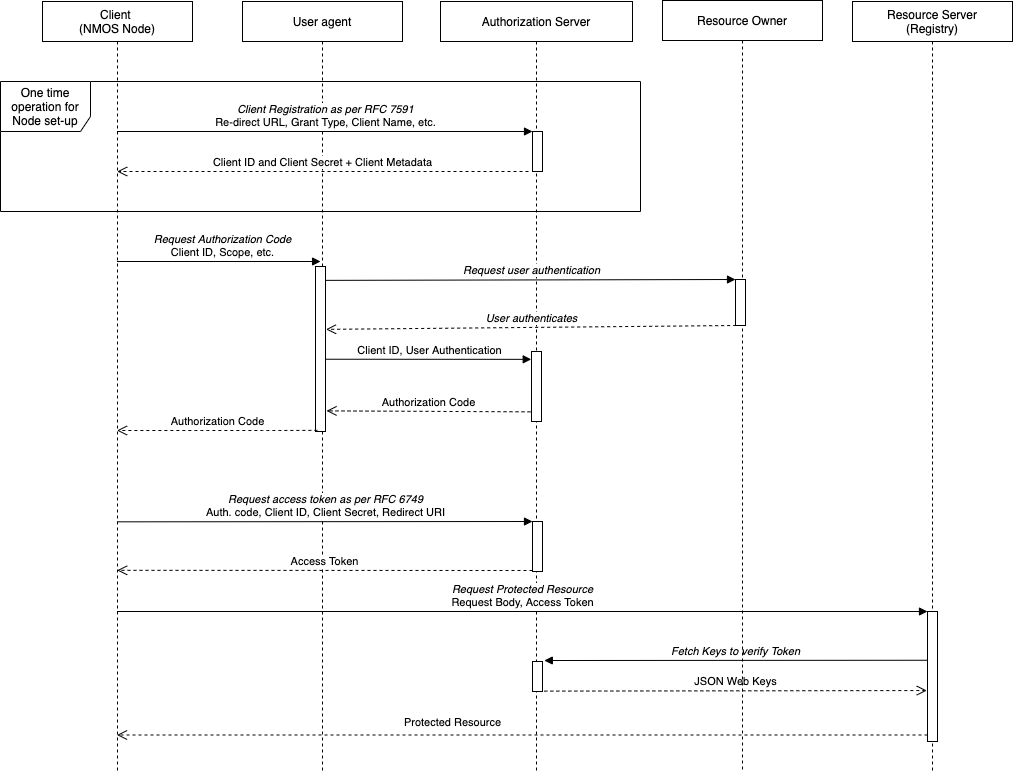
Earlier version of the draw.io export docs/images/authorization_flow.png (AMWA-TV/is-10). Source tidied: cells renumbered, new cells last; positions are measured from the earlier drawing's top-left corner, leaving out a move shared by most shapes.
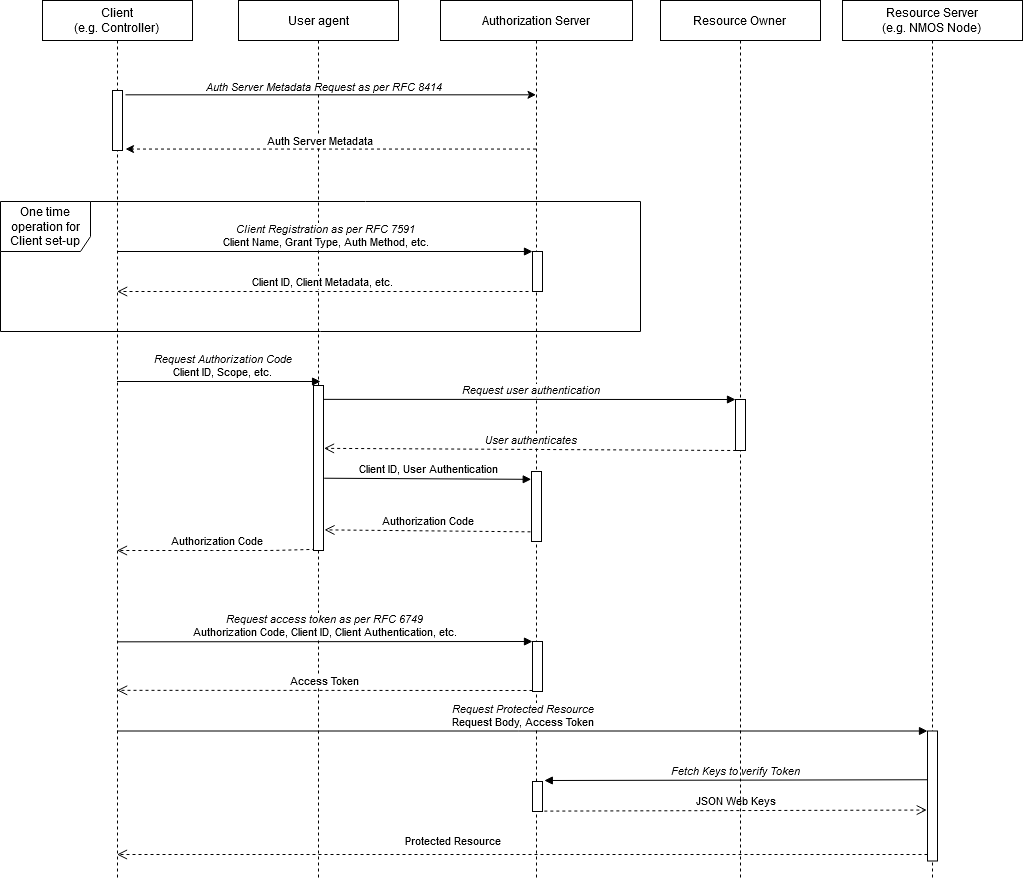
After the change.

Commit message:
add client credentials grant diagram (#101)

* add client credentials grant diagram alongside auth code grant and alter client references
* update both grant flow digrams to be more generic

The edit, as a diff of the source:
```diff
@@ -2,101 +2,123 @@
   <root>
     <mxCell id="0" />
     <mxCell id="1" parent="0" />
-    <mxCell id="2" value="Client &lt;br&gt;(NMOS Node)" style="shape=umlLifeline;perimeter=lifelinePerimeter;whiteSpace=wrap;html=1;outlineConnect=0;" parent="1" vertex="1">
-      <mxGeometry x="42" y="1" width="150" height="770" as="geometry" />
-    </mxCell>
+    <mxCell id="29" value="One time operation for Client set-up" style="shape=umlFrame;whiteSpace=wrap;html=1;width=90;height=50;" parent="1" vertex="1">
+      <mxGeometry x="80" y="881" width="640" height="130" as="geometry" />
+    </mxCell>
+    <mxCell id="30" value="&lt;div&gt;Client&lt;/div&gt;&lt;div&gt;(e.g. Controller)&lt;br&gt; &lt;/div&gt;" style="shape=umlLifeline;perimeter=lifelinePerimeter;whiteSpace=wrap;html=1;outlineConnect=0;" parent="1" vertex="1">
+      <mxGeometry x="122" y="680" width="150" height="880" as="geometry" />
+    </mxCell>
+    <mxCell id="31" style="html=1;points=[];perimeter=orthogonalPerimeter;" parent="30" vertex="1">
+      <mxGeometry x="70" y="90" width="10" height="60" as="geometry" />
+    </mxCell>
     <mxCell id="3" value="User agent" style="shape=umlLifeline;perimeter=lifelinePerimeter;whiteSpace=wrap;html=1;" parent="1" vertex="1">
-      <mxGeometry x="242" y="1" width="160" height="770" as="geometry" />
+      <mxGeometry x="318" y="680" width="160" height="880" as="geometry" />
     </mxCell>
-    <mxCell id="4" style="html=1;points=[];perimeter=orthogonalPerimeter;" parent="3" vertex="1">
-      <mxGeometry x="73" y="265" width="10" height="165" as="geometry" />
-    </mxCell>
     <mxCell id="5" value="Authorization Server" style="shape=umlLifeline;perimeter=lifelinePerimeter;whiteSpace=wrap;html=1;outlineConnect=0;" parent="1" vertex="1">
-      <mxGeometry x="440" y="1" width="192" height="770" as="geometry" />
+      <mxGeometry x="520" y="680" width="192" height="880" as="geometry" />
     </mxCell>
-    <mxCell id="6" value="One time operation for Node set-up" style="shape=umlFrame;whiteSpace=wrap;html=1;width=90;height=50;" parent="5" vertex="1">
-      <mxGeometry x="-440" y="80" width="640" height="130" as="geometry" />
-    </mxCell>
-    <mxCell id="7" style="html=1;points=[];perimeter=orthogonalPerimeter;" parent="5" vertex="1">
-      <mxGeometry x="92" y="130" width="10" height="40" as="geometry" />
-    </mxCell>
-    <mxCell id="8" style="html=1;points=[];perimeter=orthogonalPerimeter;" parent="5" vertex="1">
-      <mxGeometry x="91" y="350" width="10" height="70" as="geometry" />
-    </mxCell>
-    <mxCell id="9" style="html=1;points=[];perimeter=orthogonalPerimeter;" parent="5" vertex="1">
-      <mxGeometry x="92" y="520" width="10" height="50" as="geometry" />
-    </mxCell>
-    <mxCell id="10" value="&lt;i&gt;Request access token as per RFC 6749&lt;/i&gt;&lt;br&gt;Auth. code, Client ID, Client Secret, Redirect URI" style="html=1;verticalAlign=bottom;endArrow=block;entryX=0;entryY=0;" parent="5" edge="1" target="9">
-      <mxGeometry relative="1" as="geometry">
-        <mxPoint x="-323.3" y="520.3" as="sourcePoint" />
-      </mxGeometry>
-    </mxCell>
-    <mxCell id="11" value="Access Token" style="html=1;verticalAlign=bottom;endArrow=open;dashed=1;endSize=8;exitX=0;exitY=0.95;" parent="5" edge="1">
-      <mxGeometry relative="1" as="geometry">
-        <mxPoint x="92" y="569" as="sourcePoint" />
-        <mxPoint x="-323.3" y="568.8" as="targetPoint" />
-      </mxGeometry>
-    </mxCell>
-    <mxCell id="12" style="html=1;points=[];perimeter=orthogonalPerimeter;" parent="5" vertex="1">
-      <mxGeometry x="92" y="660" width="10" height="30" as="geometry" />
-    </mxCell>
-    <mxCell id="13" value="Resource Server&lt;br&gt;(Registry)&lt;br&gt;" style="shape=umlLifeline;perimeter=lifelinePerimeter;whiteSpace=wrap;html=1;" parent="1" vertex="1">
-      <mxGeometry x="852" y="1" width="160" height="770" as="geometry" />
-    </mxCell>
-    <mxCell id="14" style="html=1;points=[];perimeter=orthogonalPerimeter;" parent="13" vertex="1">
-      <mxGeometry x="75" y="610" width="10" height="130" as="geometry" />
-    </mxCell>
-    <mxCell id="15" value="&lt;i&gt;Client Registration as per RFC 7591&lt;br&gt;&lt;/i&gt;Re-direct URL, Grant Type, Client Name, etc. " style="html=1;verticalAlign=bottom;endArrow=block;entryX=0;entryY=0;" parent="1" edge="1" source="2" target="7">
-      <mxGeometry relative="1" as="geometry" />
-    </mxCell>
-    <mxCell id="16" value="Client ID and Client Secret + Client Metadata" style="html=1;verticalAlign=bottom;endArrow=open;dashed=1;endSize=8;" parent="1" edge="1">
-      <mxGeometry relative="1" as="geometry">
-        <mxPoint x="528" y="171" as="sourcePoint" />
-        <mxPoint x="116.7" y="171" as="targetPoint" />
-      </mxGeometry>
-    </mxCell>
+    <mxCell id="32" value="&lt;div&gt;Resource Server&lt;/div&gt;&lt;div&gt;(e.g. NMOS Node)&lt;br&gt;&lt;/div&gt;" style="shape=umlLifeline;perimeter=lifelinePerimeter;whiteSpace=wrap;html=1;" parent="1" vertex="1">
+      <mxGeometry x="922" y="680" width="180" height="880" as="geometry" />
+    </mxCell>
+    <mxCell id="33" value="&lt;i&gt;Client Registration as per RFC 7591&lt;br&gt;&lt;/i&gt;Client Name, Grant Type, Auth Method, etc. " style="html=1;verticalAlign=bottom;endArrow=block;entryX=0;entryY=0;" parent="1" edge="1" source="30" target="36">
+      <mxGeometry relative="1" as="geometry" />
+    </mxCell>
+    <mxCell id="34" value="Client ID, Client Metadata, etc." style="html=1;verticalAlign=bottom;endArrow=open;dashed=1;endSize=8;" parent="1" edge="1">
+      <mxGeometry relative="1" as="geometry">
+        <mxPoint x="608" y="971" as="sourcePoint" />
+        <mxPoint x="196.7" y="971" as="targetPoint" />
+      </mxGeometry>
+    </mxCell>
-    <mxCell id="17" value="Authorization Code" style="html=1;verticalAlign=bottom;endArrow=open;dashed=1;endSize=8;exitX=0.186;exitY=0.993;exitDx=0;exitDy=0;exitPerimeter=0;" parent="1" edge="1" source="4" target="2">
+    <mxCell id="17" value="Authorization Code" style="html=1;verticalAlign=bottom;endArrow=open;dashed=1;endSize=8;exitX=0.186;exitY=0.993;exitDx=0;exitDy=0;exitPerimeter=0;" parent="1" edge="1" source="35" target="30">
       <mxGeometry relative="1" as="geometry">
         <Array as="points">
-          <mxPoint x="272" y="430" />
-          <mxPoint x="202" y="430" />
+          <mxPoint x="352" y="1230" />
+          <mxPoint x="282" y="1230" />
         </Array>
       </mxGeometry>
     </mxCell>
-    <mxCell id="18" value="Protected Resource" style="html=1;verticalAlign=bottom;endArrow=open;dashed=1;endSize=8;exitX=0;exitY=0.95;" parent="1" edge="1" source="14" target="2">
+    <mxCell id="18" value="Protected Resource" style="html=1;verticalAlign=bottom;endArrow=open;dashed=1;endSize=8;exitX=0;exitY=0.95;" parent="1" edge="1" source="42" target="30">
       <mxGeometry x="0.17" y="-4" relative="1" as="geometry" />
     </mxCell>
-    <mxCell id="19" value="&lt;i&gt;Request Protected Resource&lt;/i&gt;&lt;br&gt;Request Body, Access Token&lt;br&gt;" style="html=1;verticalAlign=bottom;endArrow=block;entryX=0;entryY=0;" parent="1" edge="1" source="2" target="14">
+    <mxCell id="19" value="&lt;i&gt;Request Protected Resource&lt;/i&gt;&lt;br&gt;Request Body, Access Token&lt;br&gt;" style="html=1;verticalAlign=bottom;endArrow=block;entryX=0;entryY=0;" parent="1" edge="1" source="30" target="42">
       <mxGeometry relative="1" as="geometry" />
     </mxCell>
-    <mxCell id="20" value="&lt;i&gt;Fetch Keys to verify Token&lt;br&gt;&lt;/i&gt;" style="html=1;verticalAlign=bottom;endArrow=block;entryX=1.181;entryY=-0.033;entryPerimeter=0;exitX=0.005;exitY=0.375;exitDx=0;exitDy=0;exitPerimeter=0;" parent="1" edge="1" source="14" target="12">
+    <mxCell id="20" value="&lt;i&gt;Fetch Keys to verify Token&lt;br&gt;&lt;/i&gt;" style="html=1;verticalAlign=bottom;endArrow=block;entryX=1.181;entryY=-0.033;entryPerimeter=0;exitX=0.005;exitY=0.375;exitDx=0;exitDy=0;exitPerimeter=0;" parent="1" edge="1" source="42" target="40">
       <mxGeometry relative="1" as="geometry" />
     </mxCell>
-    <mxCell id="21" value="JSON Web Keys" style="html=1;verticalAlign=bottom;endArrow=open;dashed=1;endSize=8;exitX=1.183;exitY=0.987;exitPerimeter=0;entryX=-0.072;entryY=0.608;entryPerimeter=0;" parent="1" edge="1" source="12" target="14">
+    <mxCell id="21" value="JSON Web Keys" style="html=1;verticalAlign=bottom;endArrow=open;dashed=1;endSize=8;exitX=1.183;exitY=0.987;exitPerimeter=0;entryX=-0.072;entryY=0.608;entryPerimeter=0;" parent="1" edge="1" source="40" target="42">
       <mxGeometry relative="1" as="geometry" />
     </mxCell>
-    <mxCell id="22" value="&lt;i&gt;User authenticates&lt;/i&gt;" style="html=1;verticalAlign=bottom;endArrow=open;dashed=1;endSize=8;exitX=0.067;exitY=1;exitPerimeter=0;entryX=1.052;entryY=0.381;entryDx=0;entryDy=0;entryPerimeter=0;" parent="1" edge="1" source="25" target="4">
+    <mxCell id="22" value="&lt;i&gt;User authenticates&lt;/i&gt;" style="html=1;verticalAlign=bottom;endArrow=open;dashed=1;endSize=8;exitX=0.067;exitY=1;exitPerimeter=0;entryX=1.052;entryY=0.381;entryDx=0;entryDy=0;entryPerimeter=0;" parent="1" edge="1" source="41" target="35">
       <mxGeometry relative="1" as="geometry" />
     </mxCell>
-    <mxCell id="23" value="&lt;i&gt;Request user authentication&lt;/i&gt;" style="html=1;verticalAlign=bottom;endArrow=block;entryX=0;entryY=0;exitX=1.052;exitY=0.084;exitDx=0;exitDy=0;exitPerimeter=0;" parent="1" edge="1" source="4" target="25">
+    <mxCell id="23" value="&lt;i&gt;Request user authentication&lt;/i&gt;" style="html=1;verticalAlign=bottom;endArrow=block;entryX=0;entryY=0;exitX=1.052;exitY=0.084;exitDx=0;exitDy=0;exitPerimeter=0;" parent="1" edge="1" source="35" target="41">
       <mxGeometry relative="1" as="geometry" />
     </mxCell>
     <mxCell id="24" value="Resource Owner&lt;br&gt;" style="shape=umlLifeline;perimeter=lifelinePerimeter;whiteSpace=wrap;html=1;" parent="1" vertex="1">
-      <mxGeometry x="662" width="160" height="770" as="geometry" />
+      <mxGeometry x="740" y="680" width="160" height="880" as="geometry" />
     </mxCell>
-    <mxCell id="25" style="html=1;points=[];perimeter=orthogonalPerimeter;" parent="24" vertex="1">
-      <mxGeometry x="73" y="279" width="10" height="46" as="geometry" />
-    </mxCell>
-    <mxCell id="26" value="&lt;div&gt;&lt;i&gt;Request Authorization Code&lt;/i&gt;&lt;br&gt;&lt;/div&gt;&lt;div&gt;Client ID, Scope, etc.&lt;br&gt;&lt;/div&gt;" style="html=1;verticalAlign=bottom;endArrow=block;" parent="1" edge="1" source="2">
+    <mxCell id="26" value="&lt;div&gt;&lt;i&gt;Request Authorization Code&lt;/i&gt;&lt;br&gt;&lt;/div&gt;&lt;div&gt;Client ID, Scope, etc.&lt;br&gt;&lt;/div&gt;" style="html=1;verticalAlign=bottom;endArrow=block;" parent="1" edge="1" source="30">
       <mxGeometry x="0.03" relative="1" as="geometry">
-        <mxPoint x="320.1" y="261" as="targetPoint" />
+        <mxPoint x="400.1" y="1061" as="targetPoint" />
       </mxGeometry>
     </mxCell>
-    <mxCell id="27" value="Client ID, User Authentication" style="html=1;verticalAlign=bottom;endArrow=block;exitX=1.067;exitY=0.562;exitDx=0;exitDy=0;exitPerimeter=0;entryX=-0.027;entryY=0.112;entryDx=0;entryDy=0;entryPerimeter=0;" parent="1" edge="1" source="4" target="8">
+    <mxCell id="27" value="Client ID, User Authentication" style="html=1;verticalAlign=bottom;endArrow=block;exitX=1.067;exitY=0.562;exitDx=0;exitDy=0;exitPerimeter=0;entryX=-0.027;entryY=0.112;entryDx=0;entryDy=0;entryPerimeter=0;" parent="1" edge="1" source="35" target="37">
       <mxGeometry relative="1" as="geometry" />
     </mxCell>
-    <mxCell id="28" value="Authorization Code" style="html=1;verticalAlign=bottom;endArrow=open;dashed=1;endSize=8;exitX=-0.1;exitY=0.862;exitDx=0;exitDy=0;exitPerimeter=0;entryX=1.1;entryY=0.875;entryDx=0;entryDy=0;entryPerimeter=0;" parent="1" edge="1" source="8" target="4">
+    <mxCell id="28" value="Authorization Code" style="html=1;verticalAlign=bottom;endArrow=open;dashed=1;endSize=8;exitX=-0.1;exitY=0.862;exitDx=0;exitDy=0;exitPerimeter=0;entryX=1.1;entryY=0.875;entryDx=0;entryDy=0;entryPerimeter=0;" parent="1" edge="1" source="37" target="35">
       <mxGeometry relative="1" as="geometry" />
     </mxCell>
+    <mxCell id="35" style="html=1;points=[];perimeter=orthogonalPerimeter;" parent="1" vertex="1">
+      <mxGeometry x="393" y="1065" width="10" height="165" as="geometry" />
+    </mxCell>
+    <mxCell id="36" style="html=1;points=[];perimeter=orthogonalPerimeter;" parent="1" vertex="1">
+      <mxGeometry x="612" y="931" width="10" height="40" as="geometry" />
+    </mxCell>
+    <mxCell id="37" style="html=1;points=[];perimeter=orthogonalPerimeter;" parent="1" vertex="1">
+      <mxGeometry x="611" y="1151" width="10" height="70" as="geometry" />
+    </mxCell>
+    <mxCell id="38" style="html=1;points=[];perimeter=orthogonalPerimeter;" parent="1" vertex="1">
+      <mxGeometry x="612" y="1321" width="10" height="50" as="geometry" />
+    </mxCell>
+    <mxCell id="39" value="&lt;i&gt;Request access token as per RFC 6749&lt;/i&gt;&lt;br&gt;Authorization Code, Client ID, Client Authentication, etc." style="html=1;verticalAlign=bottom;endArrow=block;entryX=0;entryY=0;" parent="1" edge="1" target="38">
+      <mxGeometry x="518" y="841" as="geometry">
+        <mxPoint x="196.7" y="1321.3" as="sourcePoint" />
+      </mxGeometry>
+    </mxCell>
+    <mxCell id="11" value="Access Token" style="html=1;verticalAlign=bottom;endArrow=open;dashed=1;endSize=8;exitX=0;exitY=0.95;" parent="1" edge="1">
+      <mxGeometry x="518" y="841" as="geometry">
+        <mxPoint x="612" y="1370" as="sourcePoint" />
+        <mxPoint x="196.7" y="1369.8" as="targetPoint" />
+      </mxGeometry>
+    </mxCell>
+    <mxCell id="40" style="html=1;points=[];perimeter=orthogonalPerimeter;" parent="1" vertex="1">
+      <mxGeometry x="612" y="1461" width="10" height="30" as="geometry" />
+    </mxCell>
+    <mxCell id="41" style="html=1;points=[];perimeter=orthogonalPerimeter;" parent="1" vertex="1">
+      <mxGeometry x="815" y="1079" width="10" height="51" as="geometry" />
+    </mxCell>
+    <mxCell id="42" style="html=1;points=[];perimeter=orthogonalPerimeter;" parent="1" vertex="1">
+      <mxGeometry x="1007" y="1410.5" width="10" height="130" as="geometry" />
+    </mxCell>
+    <mxCell id="43" style="html=1;perimeter=orthogonalPerimeter;" parent="1" vertex="1">
+      <mxGeometry x="612" y="931" width="10" height="40" as="geometry" />
+    </mxCell>
+    <mxCell id="44" style="endArrow=classic;html=1;exitX=1.3;exitY=0.072;exitDx=0;exitDy=0;exitPerimeter=0;" parent="1" edge="1" source="31" target="5">
+      <mxGeometry relative="1" as="geometry" />
+    </mxCell>
+    <mxCell id="45" value="&lt;i&gt;Auth Server Metadata Request as per RFC 8414&lt;/i&gt;" style="edgeLabel;html=1;align=center;verticalAlign=bottom;" parent="44" vertex="1">
+      <mxGeometry x="0.14" y="-1" relative="1" as="geometry">
+        <mxPoint x="-37.2" as="offset" />
+      </mxGeometry>
+    </mxCell>
+    <mxCell id="46" style="endArrow=classic;html=1;entryX=1.3;entryY=0.976;entryDx=0;entryDy=0;entryPerimeter=0;dashed=1;" parent="1" edge="1" source="5" target="31">
+      <mxGeometry relative="1" as="geometry" />
+    </mxCell>
+    <mxCell id="47" value="Auth Server Metadata" style="edgeLabel;html=1;align=center;verticalAlign=bottom;" parent="46" vertex="1">
+      <mxGeometry x="0.16" relative="1" as="geometry">
+        <mxPoint x="19.7" as="offset" />
+      </mxGeometry>
+    </mxCell>
   </root>
 </mxGraphModel>
```
